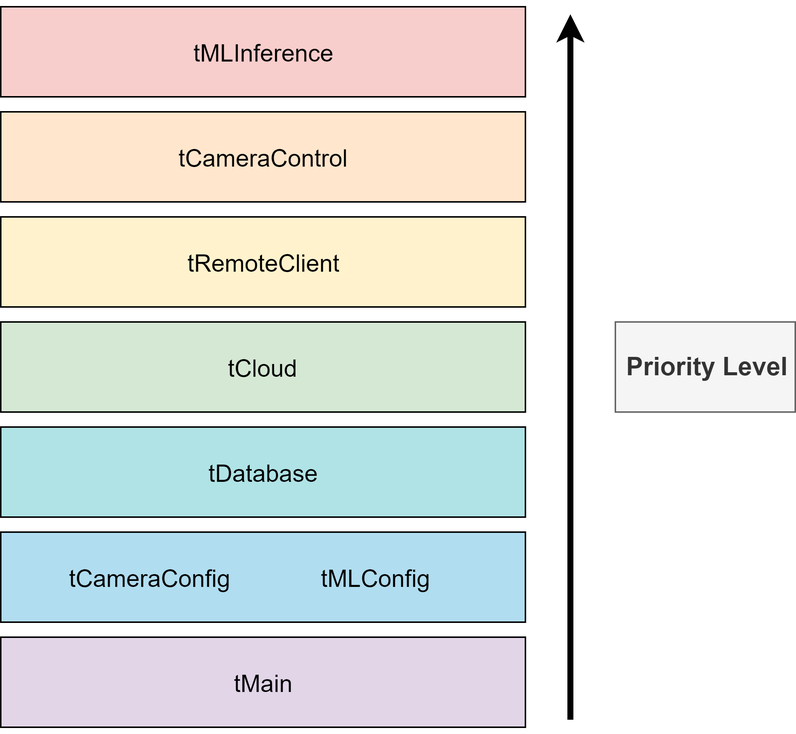
The draw.io diagram 3. Design/4. Software Specification/threads/thread_priority_level.png in esrg-silent-howl/argos, before a commit. Source tidied: cells renumbered, new cells last; positions are measured from the earlier drawing's top-left corner, leaving out a move shared by most shapes. Its diagram source:
```xml
<mxGraphModel>
  <root>
    <mxCell id="0" />
    <mxCell id="1" parent="0" />
    <mxCell id="2" style="rounded=0;whiteSpace=wrap;html=1;fillColor=#f8cecc;strokeColor=#000000;strokeWidth=1;" parent="1" vertex="1">
      <mxGeometry width="350" height="60" as="geometry" />
    </mxCell>
    <mxCell id="3" style="rounded=0;whiteSpace=wrap;html=1;fillColor=#ffe6cc;strokeColor=#000000;strokeWidth=1;" parent="1" vertex="1">
      <mxGeometry y="70" width="350" height="60" as="geometry" />
    </mxCell>
    <mxCell id="4" style="rounded=0;whiteSpace=wrap;html=1;fillColor=#fff2cc;strokeColor=#000000;strokeWidth=1;" parent="1" vertex="1">
      <mxGeometry y="140" width="350" height="60" as="geometry" />
    </mxCell>
    <mxCell id="5" style="rounded=0;whiteSpace=wrap;html=1;fillColor=#d5e8d4;strokeColor=#000000;strokeWidth=1;" parent="1" vertex="1">
      <mxGeometry y="210" width="350" height="60" as="geometry" />
    </mxCell>
    <mxCell id="6" style="rounded=0;whiteSpace=wrap;html=1;fillColor=#b0e3e6;strokeColor=#000000;strokeWidth=1;" parent="1" vertex="1">
      <mxGeometry y="280" width="350" height="60" as="geometry" />
    </mxCell>
    <mxCell id="7" style="rounded=0;whiteSpace=wrap;html=1;fillColor=#b1ddf0;strokeColor=#000000;strokeWidth=1;" parent="1" vertex="1">
      <mxGeometry y="350" width="350" height="60" as="geometry" />
    </mxCell>
    <mxCell id="8" style="rounded=0;whiteSpace=wrap;html=1;fillColor=#e1d5e7;strokeColor=#000000;strokeWidth=1;" parent="1" vertex="1">
      <mxGeometry y="420" width="350" height="60" as="geometry" />
    </mxCell>
    <mxCell id="9" style="endArrow=classic;html=1;strokeWidth=4;" parent="1" edge="1">
      <mxGeometry relative="1" as="geometry">
        <mxPoint x="380" y="475" as="sourcePoint" />
        <mxPoint x="380" y="5" as="targetPoint" />
      </mxGeometry>
    </mxCell>
    <mxCell id="10" value="&lt;font style=&quot;font-size: 17px&quot;&gt;&lt;b&gt;Priority Level&lt;/b&gt;&lt;/font&gt;" style="rounded=0;whiteSpace=wrap;html=1;fillColor=#f5f5f5;strokeColor=#666666;fontColor=#333333;" parent="1" vertex="1">
      <mxGeometry x="410" y="210" width="120" height="60" as="geometry" />
    </mxCell>
    <mxCell id="11" value="tCameraConfig&lt;br style=&quot;font-size: 16px;&quot;&gt;" style="text;html=1;align=center;verticalAlign=middle;fontSize=16;fillColor=none;strokeColor=none;dashed=1;" parent="1" vertex="1">
      <mxGeometry x="40" y="370" width="120" height="20" as="geometry" />
    </mxCell>
    <mxCell id="12" value="tMLConfig" style="text;html=1;align=center;verticalAlign=middle;fontSize=16;fillColor=none;strokeColor=none;dashed=1;" parent="1" vertex="1">
      <mxGeometry x="205" y="370" width="90" height="20" as="geometry" />
    </mxCell>
    <mxCell id="13" value="tCameraControl" style="text;html=1;align=center;verticalAlign=middle;fontSize=16;strokeColor=none;fillColor=none;" parent="1" vertex="1">
      <mxGeometry x="110" y="90" width="130" height="20" as="geometry" />
    </mxCell>
    <mxCell id="14" value="tMLInference" style="text;html=1;align=center;verticalAlign=middle;fontSize=16;" parent="1" vertex="1">
      <mxGeometry x="120" y="20" width="110" height="20" as="geometry" />
    </mxCell>
    <mxCell id="15" value="tMain" style="text;html=1;align=center;verticalAlign=middle;fontSize=16;" parent="1" vertex="1">
      <mxGeometry x="150" y="440" width="50" height="20" as="geometry" />
    </mxCell>
    <mxCell id="16" value="tCloud" style="text;html=1;align=center;verticalAlign=middle;fontSize=16;" parent="1" vertex="1">
      <mxGeometry x="145" y="230" width="60" height="20" as="geometry" />
    </mxCell>
    <mxCell id="17" value="tDatabase" style="text;html=1;align=center;verticalAlign=middle;fontSize=16;" parent="1" vertex="1">
      <mxGeometry x="130" y="300" width="90" height="20" as="geometry" />
    </mxCell>
    <mxCell id="18" value="tRemoteClient" style="text;html=1;align=center;verticalAlign=middle;fontSize=16;" parent="1" vertex="1">
      <mxGeometry x="115" y="160" width="120" height="20" as="geometry" />
    </mxCell>
  </root>
</mxGraphModel>
```
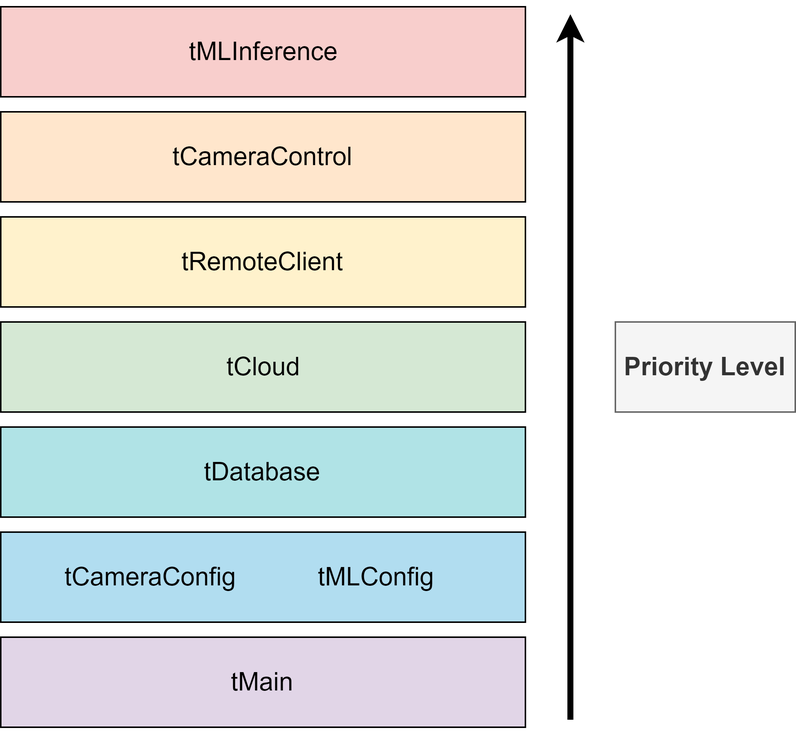
The same file after the commit.

Commit message:
ADD: Thread communication drawio

What changed in the source:
```diff
@@ -32,29 +32,29 @@
     <mxCell id="10" value="&lt;font style=&quot;font-size: 17px&quot;&gt;&lt;b&gt;Priority Level&lt;/b&gt;&lt;/font&gt;" style="rounded=0;whiteSpace=wrap;html=1;fillColor=#f5f5f5;strokeColor=#666666;fontColor=#333333;" parent="1" vertex="1">
       <mxGeometry x="410" y="210" width="120" height="60" as="geometry" />
     </mxCell>
-    <mxCell id="11" value="tCameraConfig&lt;br style=&quot;font-size: 16px;&quot;&gt;" style="text;html=1;align=center;verticalAlign=middle;fontSize=16;fillColor=none;strokeColor=none;dashed=1;" parent="1" vertex="1">
-      <mxGeometry x="40" y="370" width="120" height="20" as="geometry" />
+    <mxCell id="11" value="tCameraConfig&lt;br style=&quot;font-size: 17px;&quot;&gt;" style="text;html=1;align=center;verticalAlign=middle;fontSize=17;fillColor=none;strokeColor=none;dashed=1;" parent="1" vertex="1">
+      <mxGeometry x="35" y="365" width="130" height="30" as="geometry" />
     </mxCell>
-    <mxCell id="12" value="tMLConfig" style="text;html=1;align=center;verticalAlign=middle;fontSize=16;fillColor=none;strokeColor=none;dashed=1;" parent="1" vertex="1">
-      <mxGeometry x="205" y="370" width="90" height="20" as="geometry" />
+    <mxCell id="12" value="tMLConfig" style="text;html=1;align=center;verticalAlign=middle;fontSize=17;fillColor=none;strokeColor=none;dashed=1;" parent="1" vertex="1">
+      <mxGeometry x="205" y="365" width="90" height="30" as="geometry" />
     </mxCell>
-    <mxCell id="13" value="tCameraControl" style="text;html=1;align=center;verticalAlign=middle;fontSize=16;strokeColor=none;fillColor=none;" parent="1" vertex="1">
-      <mxGeometry x="110" y="90" width="130" height="20" as="geometry" />
+    <mxCell id="13" value="tCameraControl" style="text;html=1;align=center;verticalAlign=middle;fontSize=17;strokeColor=none;fillColor=none;" parent="1" vertex="1">
+      <mxGeometry x="105" y="85" width="140" height="30" as="geometry" />
     </mxCell>
-    <mxCell id="14" value="tMLInference" style="text;html=1;align=center;verticalAlign=middle;fontSize=16;" parent="1" vertex="1">
-      <mxGeometry x="120" y="20" width="110" height="20" as="geometry" />
+    <mxCell id="14" value="tMLInference" style="text;html=1;align=center;verticalAlign=middle;fontSize=17;" parent="1" vertex="1">
+      <mxGeometry x="120" y="15" width="110" height="30" as="geometry" />
     </mxCell>
-    <mxCell id="15" value="tMain" style="text;html=1;align=center;verticalAlign=middle;fontSize=16;" parent="1" vertex="1">
-      <mxGeometry x="150" y="440" width="50" height="20" as="geometry" />
+    <mxCell id="15" value="tMain" style="text;html=1;align=center;verticalAlign=middle;fontSize=17;" parent="1" vertex="1">
+      <mxGeometry x="145" y="435" width="60" height="30" as="geometry" />
     </mxCell>
-    <mxCell id="16" value="tCloud" style="text;html=1;align=center;verticalAlign=middle;fontSize=16;" parent="1" vertex="1">
-      <mxGeometry x="145" y="230" width="60" height="20" as="geometry" />
+    <mxCell id="16" value="tCloud" style="text;html=1;align=center;verticalAlign=middle;fontSize=17;" parent="1" vertex="1">
+      <mxGeometry x="145" y="225" width="60" height="30" as="geometry" />
     </mxCell>
-    <mxCell id="17" value="tDatabase" style="text;html=1;align=center;verticalAlign=middle;fontSize=16;" parent="1" vertex="1">
-      <mxGeometry x="130" y="300" width="90" height="20" as="geometry" />
+    <mxCell id="17" value="tDatabase" style="text;html=1;align=center;verticalAlign=middle;fontSize=17;" parent="1" vertex="1">
+      <mxGeometry x="130" y="295" width="90" height="30" as="geometry" />
     </mxCell>
-    <mxCell id="18" value="tRemoteClient" style="text;html=1;align=center;verticalAlign=middle;fontSize=16;" parent="1" vertex="1">
-      <mxGeometry x="115" y="160" width="120" height="20" as="geometry" />
+    <mxCell id="18" value="tRemoteClient" style="text;html=1;align=center;verticalAlign=middle;fontSize=17;" parent="1" vertex="1">
+      <mxGeometry x="115" y="155" width="120" height="30" as="geometry" />
     </mxCell>
   </root>
 </mxGraphModel>
```
